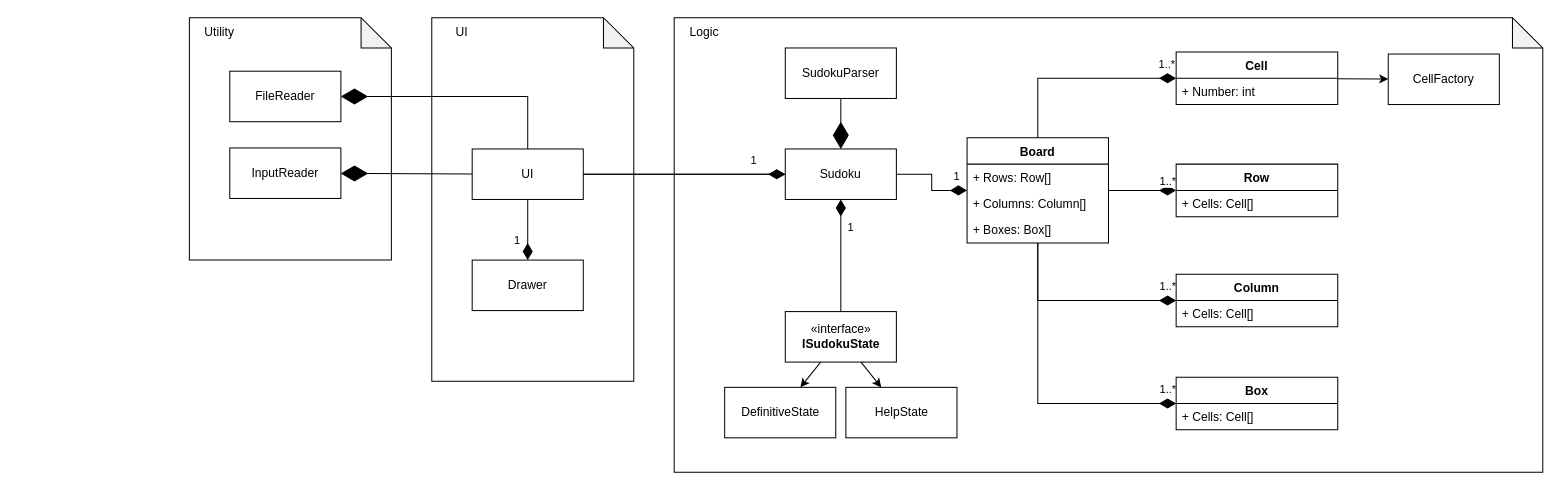
This is sudoku.drawio from GXZheng312/Design-Patterns-Assessment, a draw.io file, before an edit. Source tidied: cells renumbered, new cells numbered last; positions are measured from the earlier drawing's top-left corner, leaving out a move shared by most shapes. Both pictures are drawn from the tidied source at 101%, with x=0, y=0 at pixel (189, 17).
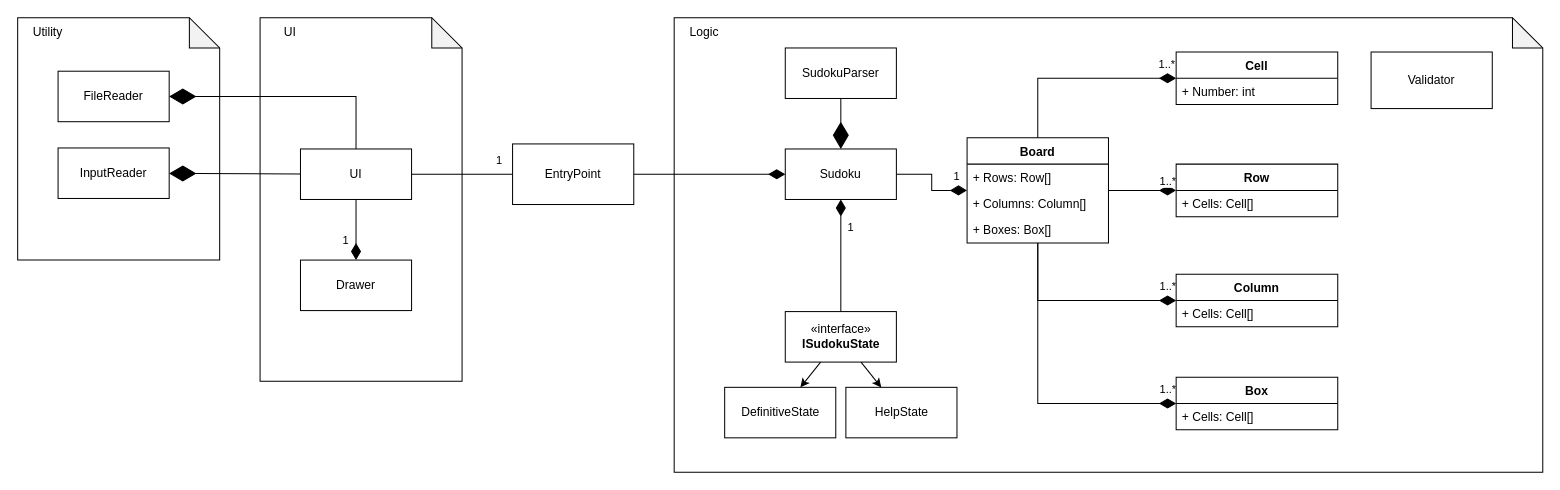
After the change.

The change refers to these unchanged cells:
```xml
<mxCell id="5" value="Sudoku" style="rounded=0;whiteSpace=wrap;html=1;" parent="1" vertex="1">
  <mxGeometry x="590" y="130" width="110" height="50" as="geometry" />
</mxCell>
<mxCell id="21" value="Cell" style="swimlane;fontStyle=1;align=center;verticalAlign=top;horizontal=1;startSize=26;" parent="1" vertex="1">
  <mxGeometry x="977" y="34" width="160" height="52" as="geometry" />
</mxCell>
```

Diff of the diagram source:
```diff
@@
     <mxCell id="2" style="shape=note;whiteSpace=wrap;html=1;backgroundOutline=1;darkOpacity=0.05;" parent="1" vertex="1">
-      <mxGeometry width="200" height="240" as="geometry" />
+      <mxGeometry x="-170" width="200" height="240" as="geometry" />
     </mxCell>
@@
     <mxCell id="4" style="shape=note;whiteSpace=wrap;html=1;backgroundOutline=1;darkOpacity=0.05;" parent="1" vertex="1">
-      <mxGeometry x="240" width="200" height="360" as="geometry" />
+      <mxGeometry x="70" width="200" height="360" as="geometry" />
     </mxCell>
@@
-    <mxCell id="6" style="edgeStyle=orthogonalEdgeStyle;rounded=0;jettySize=auto;html=1;" parent="1" edge="1" source="7" target="5">
-      <mxGeometry relative="1" as="geometry" />
-    </mxCell>
     <mxCell id="7" value="UI" style="rounded=0;whiteSpace=wrap;html=1;" parent="1" vertex="1">
-      <mxGeometry x="280" y="130" width="110" height="50" as="geometry" />
+      <mxGeometry x="110" y="130" width="110" height="50" as="geometry" />
     </mxCell>
     <mxCell id="8" value="InputReader" style="rounded=0;whiteSpace=wrap;html=1;" parent="1" vertex="1">
-      <mxGeometry x="40" y="129" width="110" height="50" as="geometry" />
+      <mxGeometry x="-130" y="129" width="110" height="50" as="geometry" />
     </mxCell>
     <mxCell id="9" value="Drawer" style="rounded=0;whiteSpace=wrap;html=1;" parent="1" vertex="1">
-      <mxGeometry x="280" y="240" width="110" height="50" as="geometry" />
+      <mxGeometry x="110" y="240" width="110" height="50" as="geometry" />
     </mxCell>
-    <mxCell id="10" value="1" style="endArrow=none;html=1;endSize=12;startArrow=diamondThin;startSize=14;startFill=1;edgeStyle=orthogonalEdgeStyle;align=left;verticalAlign=bottom;rounded=0;exitX=0;exitY=0.5;exitDx=0;exitDy=0;entryX=1;entryY=0.5;entryDx=0;entryDy=0;endFill=0;" parent="1" edge="1" source="5" target="7">
+    <mxCell id="10" value="1" style="endArrow=none;html=1;endSize=12;startArrow=none;startSize=14;startFill=1;edgeStyle=orthogonalEdgeStyle;align=left;verticalAlign=bottom;rounded=0;exitX=0;exitY=0.5;exitDx=0;exitDy=0;entryX=1;entryY=0.5;entryDx=0;entryDy=0;endFill=0;" parent="1" edge="1" source="45" target="7">
       <mxGeometry x="-0.64" y="-5" relative="1" as="geometry" />
     </mxCell>
@@
     <mxCell id="17" value="FileReader" style="rounded=0;whiteSpace=wrap;html=1;" parent="1" vertex="1">
-      <mxGeometry x="40" y="53" width="110" height="50" as="geometry" />
+      <mxGeometry x="-130" y="53" width="110" height="50" as="geometry" />
     </mxCell>
@@
-    <mxCell id="19" value="CellFactory" style="rounded=0;whiteSpace=wrap;html=1;" parent="1" vertex="1">
-      <mxGeometry x="1187" y="36" width="110" height="50" as="geometry" />
-    </mxCell>
-    <mxCell id="20" style="endArrow=classic;html=1;rounded=0;" parent="1" edge="1" source="21" target="19">
-      <mxGeometry relative="1" as="geometry" />
-    </mxCell>
@@
     <mxCell id="38" value="UI" style="text;html=1;strokeColor=none;fillColor=none;align=center;verticalAlign=middle;whiteSpace=wrap;rounded=0;" parent="1" vertex="1">
-      <mxGeometry x="240" width="60" height="30" as="geometry" />
+      <mxGeometry x="70" width="60" height="30" as="geometry" />
     </mxCell>
@@
     <mxCell id="40" value="Utility" style="text;html=1;strokeColor=none;fillColor=none;align=center;verticalAlign=middle;whiteSpace=wrap;rounded=0;" parent="1" vertex="1">
-      <mxGeometry width="60" height="30" as="geometry" />
+      <mxGeometry x="-170" width="60" height="30" as="geometry" />
     </mxCell>
@@
     <mxCell id="43" style="endArrow=diamondThin;endFill=1;endSize=24;html=1;rounded=0;" parent="1" edge="1" source="7" target="17">
       <mxGeometry relative="1" as="geometry">
         <Array as="points">
-          <mxPoint x="335" y="78" />
+          <mxPoint x="165" y="78" />
         </Array>
       </mxGeometry>
     </mxCell>
@@
+    <mxCell id="45" value="EntryPoint" style="rounded=0;whiteSpace=wrap;html=1;" parent="1" vertex="1">
+      <mxGeometry x="320" y="125" width="120" height="60" as="geometry" />
+    </mxCell>
+    <mxCell id="46" style="endArrow=none;html=1;endSize=12;startArrow=diamondThin;startSize=14;startFill=1;edgeStyle=orthogonalEdgeStyle;align=left;verticalAlign=bottom;rounded=0;exitX=0;exitY=0.5;exitDx=0;exitDy=0;entryX=1;entryY=0.5;entryDx=0;entryDy=0;endFill=0;" parent="1" edge="1" source="5" target="45">
+      <mxGeometry x="-0.64" y="-5" relative="1" as="geometry" />
+    </mxCell>
+    <mxCell id="47" value="Validator" style="rounded=0;whiteSpace=wrap;html=1;" parent="1" vertex="1">
+      <mxGeometry x="1170" y="34" width="120" height="56" as="geometry" />
+    </mxCell>
```
